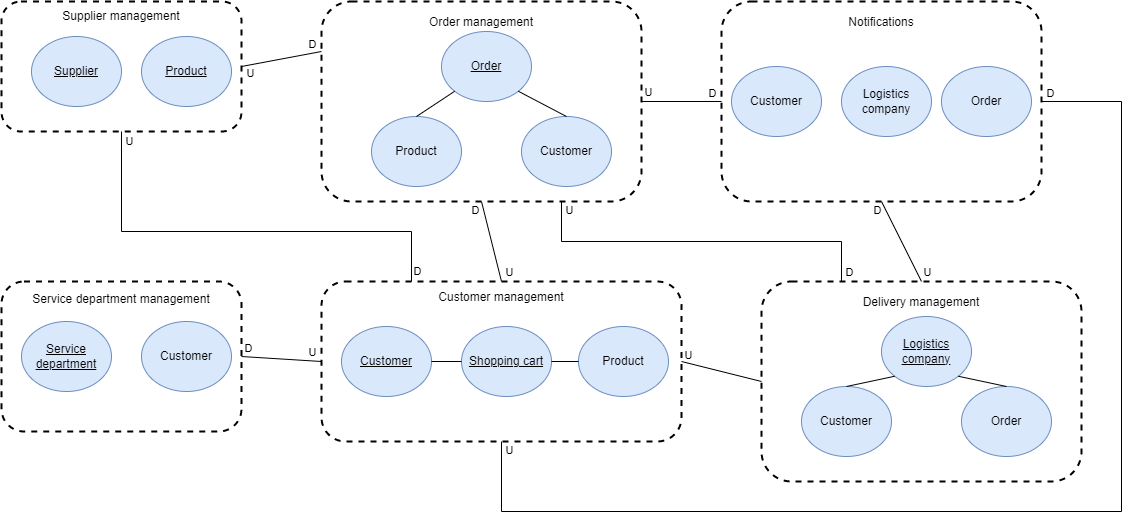
Before: diagrammen/contextmap.png, a diagram exported from draw.io (Hydra-NL/ball.com). Source tidied: cells renumbered, new cells last; positions are measured from the earlier drawing's top-left corner, leaving out a move shared by most shapes.
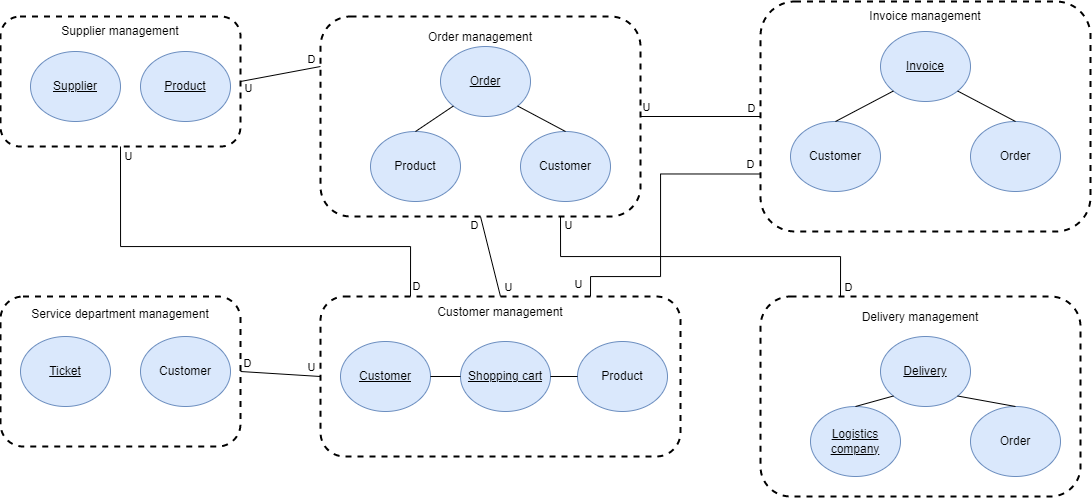
After the commit.

Commit message:
updated archi en context

Diff of the diagram source:
```diff
@@ -8,7 +8,7 @@
     <mxCell id="3" value="Service department management&lt;br&gt;&lt;br&gt;&lt;br&gt;&lt;br&gt;&lt;br&gt;&lt;br&gt;&lt;br&gt;&lt;br&gt;&lt;br&gt;" style="rounded=1;whiteSpace=wrap;html=1;dashed=1;strokeWidth=2;" parent="2" vertex="1">
       <mxGeometry width="240" height="150" as="geometry" />
     </mxCell>
-    <mxCell id="4" value="&lt;u&gt;Service department&lt;/u&gt;" style="ellipse;whiteSpace=wrap;html=1;fillColor=#dae8fc;strokeColor=#6c8ebf;" parent="2" vertex="1">
+    <mxCell id="4" value="&lt;u&gt;Ticket&lt;/u&gt;" style="ellipse;whiteSpace=wrap;html=1;fillColor=#dae8fc;strokeColor=#6c8ebf;" parent="2" vertex="1">
       <mxGeometry x="20" y="40" width="90" height="70" as="geometry" />
     </mxCell>
     <mxCell id="5" value="Customer" style="ellipse;whiteSpace=wrap;html=1;fillColor=#dae8fc;strokeColor=#6c8ebf;" parent="2" vertex="1">
@@ -21,35 +21,20 @@
       <mxGeometry width="320" height="200" as="geometry" />
     </mxCell>
     <mxCell id="8" value="&lt;u&gt;Logistics company&lt;/u&gt;" style="ellipse;whiteSpace=wrap;html=1;fillColor=#dae8fc;strokeColor=#6c8ebf;" parent="6" vertex="1">
-      <mxGeometry x="120" y="35" width="90" height="70" as="geometry" />
+      <mxGeometry x="50" y="110" width="90" height="70" as="geometry" />
     </mxCell>
     <mxCell id="9" value="Order" style="ellipse;whiteSpace=wrap;html=1;fillColor=#dae8fc;strokeColor=#6c8ebf;" parent="6" vertex="1">
-      <mxGeometry x="200" y="105" width="90" height="70" as="geometry" />
+      <mxGeometry x="210" y="110" width="90" height="70" as="geometry" />
     </mxCell>
-    <mxCell id="10" style="rounded=0;jettySize=auto;html=1;exitX=1;exitY=1;exitDx=0;exitDy=0;endArrow=none;endFill=0;entryX=0.5;entryY=0;entryDx=0;entryDy=0;" parent="6" edge="1" source="8" target="9">
-      <mxGeometry relative="1" as="geometry" />
-    </mxCell>
-    <mxCell id="11" value="Customer" style="ellipse;whiteSpace=wrap;html=1;fillColor=#dae8fc;strokeColor=#6c8ebf;" parent="6" vertex="1">
-      <mxGeometry x="40" y="105" width="90" height="70" as="geometry" />
-    </mxCell>
-    <mxCell id="12" style="rounded=0;jettySize=auto;html=1;exitX=0;exitY=1;exitDx=0;exitDy=0;entryX=0.5;entryY=0;entryDx=0;entryDy=0;endArrow=none;endFill=0;" parent="6" edge="1" source="8" target="11">
-      <mxGeometry relative="1" as="geometry" />
-    </mxCell>
-    <mxCell id="13" style="group;" parent="1" vertex="1">
-      <mxGeometry x="720" width="330" height="200" as="geometry" />
-    </mxCell>
-    <mxCell id="14" value="Notifications&lt;br&gt;&lt;br&gt;&lt;br&gt;&lt;br&gt;&lt;br&gt;&lt;br&gt;&lt;br&gt;&lt;br&gt;&lt;br&gt;&lt;br&gt;&lt;br&gt;&lt;br&gt;" style="rounded=1;whiteSpace=wrap;html=1;dashed=1;strokeWidth=2;" parent="13" vertex="1">
-      <mxGeometry width="320" height="200" as="geometry" />
-    </mxCell>
-    <mxCell id="15" value="Customer" style="ellipse;whiteSpace=wrap;html=1;fillColor=#dae8fc;strokeColor=#6c8ebf;" parent="13" vertex="1">
-      <mxGeometry x="10" y="65" width="90" height="70" as="geometry" />
-    </mxCell>
-    <mxCell id="16" value="Order" style="ellipse;whiteSpace=wrap;html=1;fillColor=#dae8fc;strokeColor=#6c8ebf;" parent="13" vertex="1">
-      <mxGeometry x="220" y="65" width="90" height="70" as="geometry" />
-    </mxCell>
-    <mxCell id="17" value="Logistics company" style="ellipse;whiteSpace=wrap;html=1;fillColor=#dae8fc;strokeColor=#6c8ebf;" parent="13" vertex="1">
-      <mxGeometry x="120" y="65" width="90" height="70" as="geometry" />
-    </mxCell>
+    <mxCell id="62" value="&lt;u&gt;Delivery&lt;/u&gt;" style="ellipse;whiteSpace=wrap;html=1;fillColor=#dae8fc;strokeColor=#6c8ebf;" parent="6" vertex="1">
+      <mxGeometry x="120" y="40" width="90" height="70" as="geometry" />
+    </mxCell>
+    <mxCell id="63" style="endArrow=none;html=1;rounded=0;entryX=0;entryY=1;entryDx=0;entryDy=0;exitX=0.5;exitY=0;exitDx=0;exitDy=0;" parent="6" edge="1" source="8" target="62">
+      <mxGeometry relative="1" as="geometry" />
+    </mxCell>
+    <mxCell id="64" style="endArrow=none;html=1;rounded=0;entryX=1;entryY=1;entryDx=0;entryDy=0;exitX=0.5;exitY=0;exitDx=0;exitDy=0;" parent="6" edge="1" source="9" target="62">
+      <mxGeometry relative="1" as="geometry" />
+    </mxCell>
     <mxCell id="18" style="group;" parent="1" vertex="1">
       <mxGeometry x="320" width="330" height="200" as="geometry" />
     </mxCell>
@@ -126,65 +111,21 @@
     <mxCell id="40" style="endArrow=none;html=1;rounded=0;entryX=0.5;entryY=1;entryDx=0;entryDy=0;exitX=0.5;exitY=0;exitDx=0;exitDy=0;" parent="1" edge="1" source="30" target="19">
       <mxGeometry relative="1" as="geometry" />
     </mxCell>
-    <mxCell id="41" style="endArrow=none;html=1;rounded=0;entryX=1;entryY=0.5;entryDx=0;entryDy=0;exitX=0;exitY=0.5;exitDx=0;exitDy=0;" parent="1" edge="1" source="14" target="19">
-      <mxGeometry relative="1" as="geometry" />
-    </mxCell>
-    <mxCell id="42" value="U" style="edgeLabel;html=1;align=center;verticalAlign=middle;" parent="41" vertex="1">
-      <mxGeometry x="0.62" y="-2" relative="1" as="geometry">
-        <mxPoint x="-9" y="-8" as="offset" />
-      </mxGeometry>
-    </mxCell>
-    <mxCell id="43" style="endArrow=none;html=1;rounded=0;entryX=0.5;entryY=0;entryDx=0;entryDy=0;exitX=0.5;exitY=1;exitDx=0;exitDy=0;" parent="1" edge="1" source="14" target="7">
-      <mxGeometry relative="1" as="geometry" />
-    </mxCell>
     <mxCell id="44" style="endArrow=none;html=1;rounded=0;entryX=0.75;entryY=1;entryDx=0;entryDy=0;exitX=0.25;exitY=0;exitDx=0;exitDy=0;edgeStyle=orthogonalEdgeStyle;" parent="1" edge="1" source="7" target="19">
       <mxGeometry relative="1" as="geometry" />
     </mxCell>
-    <mxCell id="45" style="endArrow=none;html=1;rounded=0;entryX=1;entryY=0.5;entryDx=0;entryDy=0;exitX=0;exitY=0.5;exitDx=0;exitDy=0;" parent="1" edge="1" source="7" target="30">
-      <mxGeometry relative="1" as="geometry" />
-    </mxCell>
-    <mxCell id="46" style="endArrow=none;html=1;rounded=0;entryX=1;entryY=0.5;entryDx=0;entryDy=0;exitX=0.5;exitY=1;exitDx=0;exitDy=0;edgeStyle=orthogonalEdgeStyle;" parent="1" edge="1" source="30" target="14">
-      <mxGeometry relative="1" as="geometry">
-        <Array as="points">
-          <mxPoint x="500" y="510" />
-          <mxPoint x="1120" y="510" />
-          <mxPoint x="1120" y="100" />
-        </Array>
-      </mxGeometry>
-    </mxCell>
-    <mxCell id="47" value="D" style="edgeLabel;html=1;align=center;verticalAlign=middle;" parent="46" vertex="1">
-      <mxGeometry x="0.96" y="-1" relative="1" as="geometry">
-        <mxPoint x="-16" y="-8" as="offset" />
-      </mxGeometry>
-    </mxCell>
     <mxCell id="48" value="U" style="edgeLabel;html=1;align=center;verticalAlign=middle;" parent="1" vertex="1">
       <mxGeometry x="507" y="270" as="geometry" />
     </mxCell>
-    <mxCell id="49" value="U" style="edgeLabel;html=1;align=center;verticalAlign=middle;" parent="1" vertex="1">
-      <mxGeometry x="692" y="355" as="geometry">
-        <mxPoint x="-6" y="-2" as="offset" />
-      </mxGeometry>
-    </mxCell>
-    <mxCell id="50" value="U" style="edgeLabel;html=1;align=center;verticalAlign=middle;" parent="1" vertex="1">
-      <mxGeometry x="507" y="450" as="geometry">
-        <mxPoint y="-2" as="offset" />
-      </mxGeometry>
-    </mxCell>
     <mxCell id="51" value="U" style="edgeLabel;html=1;align=center;verticalAlign=middle;" parent="1" vertex="1">
       <mxGeometry x="310" y="350" as="geometry" />
     </mxCell>
     <mxCell id="52" value="U" style="edgeLabel;html=1;align=center;verticalAlign=middle;" parent="1" vertex="1">
       <mxGeometry x="127" y="139" as="geometry" />
     </mxCell>
-    <mxCell id="53" value="U" style="edgeLabel;html=1;align=center;verticalAlign=middle;" parent="1" vertex="1">
-      <mxGeometry x="925" y="270" as="geometry" />
-    </mxCell>
     <mxCell id="54" value="U" style="edgeLabel;html=1;align=center;verticalAlign=middle;" parent="1" vertex="1">
       <mxGeometry x="567" y="208" as="geometry" />
     </mxCell>
-    <mxCell id="55" value="D" style="edgeLabel;html=1;align=center;verticalAlign=middle;" parent="1" vertex="1">
-      <mxGeometry x="875" y="208" as="geometry" />
-    </mxCell>
     <mxCell id="56" value="D" style="edgeLabel;html=1;align=center;verticalAlign=middle;" parent="1" vertex="1">
       <mxGeometry x="847" y="270" as="geometry" />
     </mxCell>
@@ -196,11 +137,6 @@
         <mxPoint x="-5" y="-1" as="offset" />
       </mxGeometry>
     </mxCell>
-    <mxCell id="59" value="D" style="edgeLabel;html=1;align=center;verticalAlign=middle;" parent="1" vertex="1">
-      <mxGeometry x="736" y="46" as="geometry">
-        <mxPoint x="-26" y="45" as="offset" />
-      </mxGeometry>
-    </mxCell>
     <mxCell id="60" value="D" style="edgeLabel;html=1;align=center;verticalAlign=middle;" parent="1" vertex="1">
       <mxGeometry x="310" y="42" as="geometry" />
     </mxCell>
@@ -209,5 +145,58 @@
         <mxPoint x="-30" y="19" as="offset" />
       </mxGeometry>
     </mxCell>
+    <mxCell id="65" style="group;" parent="1" vertex="1">
+      <mxGeometry x="760" y="-15" width="330" height="230" as="geometry" />
+    </mxCell>
+    <mxCell id="66" value="Invoice management&lt;br&gt;&lt;br&gt;&lt;br&gt;&lt;br&gt;&lt;br&gt;&lt;br&gt;&lt;br&gt;&lt;br&gt;&lt;br&gt;&lt;br&gt;&lt;br&gt;&lt;br&gt;&lt;br&gt;&lt;br&gt;&lt;br&gt;" style="rounded=1;whiteSpace=wrap;html=1;dashed=1;strokeWidth=2;" parent="65" vertex="1">
+      <mxGeometry width="330" height="230" as="geometry" />
+    </mxCell>
+    <mxCell id="67" value="&lt;u&gt;Invoice&lt;/u&gt;" style="ellipse;whiteSpace=wrap;html=1;fillColor=#dae8fc;strokeColor=#6c8ebf;" parent="65" vertex="1">
+      <mxGeometry x="120" y="30" width="90" height="70" as="geometry" />
+    </mxCell>
+    <mxCell id="16" value="Order" style="ellipse;whiteSpace=wrap;html=1;fillColor=#dae8fc;strokeColor=#6c8ebf;" parent="65" vertex="1">
+      <mxGeometry x="210" y="120" width="90" height="70" as="geometry" />
+    </mxCell>
+    <mxCell id="68" value="Customer" style="ellipse;whiteSpace=wrap;html=1;fillColor=#dae8fc;strokeColor=#6c8ebf;" parent="65" vertex="1">
+      <mxGeometry x="30" y="120" width="90" height="70" as="geometry" />
+    </mxCell>
+    <mxCell id="69" style="endArrow=none;html=1;rounded=0;exitX=0;exitY=1;exitDx=0;exitDy=0;entryX=0.5;entryY=0;entryDx=0;entryDy=0;" parent="65" edge="1" source="67" target="68">
+      <mxGeometry relative="1" as="geometry" />
+    </mxCell>
+    <mxCell id="70" style="endArrow=none;html=1;rounded=0;exitX=1;exitY=1;exitDx=0;exitDy=0;entryX=0.5;entryY=0;entryDx=0;entryDy=0;" parent="65" edge="1" source="67" target="16">
+      <mxGeometry relative="1" as="geometry" />
+    </mxCell>
+    <mxCell id="71" style="endArrow=none;html=1;rounded=0;entryX=0;entryY=0.5;entryDx=0;entryDy=0;exitX=1;exitY=0.5;exitDx=0;exitDy=0;" parent="1" edge="1" source="19" target="66">
+      <mxGeometry relative="1" as="geometry" />
+    </mxCell>
+    <mxCell id="72" value="D" style="edgeLabel;html=1;align=center;verticalAlign=middle;" parent="71" vertex="1">
+      <mxGeometry x="0.28" y="7" relative="1" as="geometry">
+        <mxPoint x="34" y="-2" as="offset" />
+      </mxGeometry>
+    </mxCell>
+    <mxCell id="73" value="U" style="edgeLabel;html=1;align=center;verticalAlign=middle;" parent="71" vertex="1">
+      <mxGeometry x="-0.47" y="-3" relative="1" as="geometry">
+        <mxPoint x="-26" y="-13" as="offset" />
+      </mxGeometry>
+    </mxCell>
+    <mxCell id="74" style="endArrow=none;html=1;rounded=0;entryX=0;entryY=0.75;entryDx=0;entryDy=0;exitX=0.75;exitY=0;exitDx=0;exitDy=0;edgeStyle=orthogonalEdgeStyle;" parent="1" edge="1" source="30" target="66">
+      <mxGeometry relative="1" as="geometry">
+        <Array as="points">
+          <mxPoint x="590" y="260" />
+          <mxPoint x="660" y="260" />
+          <mxPoint x="660" y="157" />
+        </Array>
+      </mxGeometry>
+    </mxCell>
+    <mxCell id="75" value="D" style="edgeLabel;html=1;align=center;verticalAlign=middle;" parent="74" vertex="1">
+      <mxGeometry x="0.82" y="3" relative="1" as="geometry">
+        <mxPoint x="15" y="-7" as="offset" />
+      </mxGeometry>
+    </mxCell>
+    <mxCell id="76" value="U" style="edgeLabel;html=1;align=center;verticalAlign=middle;" parent="74" vertex="1">
+      <mxGeometry x="-0.75" y="4" relative="1" as="geometry">
+        <mxPoint x="-29" y="11" as="offset" />
+      </mxGeometry>
+    </mxCell>
   </root>
 </mxGraphModel>
```
